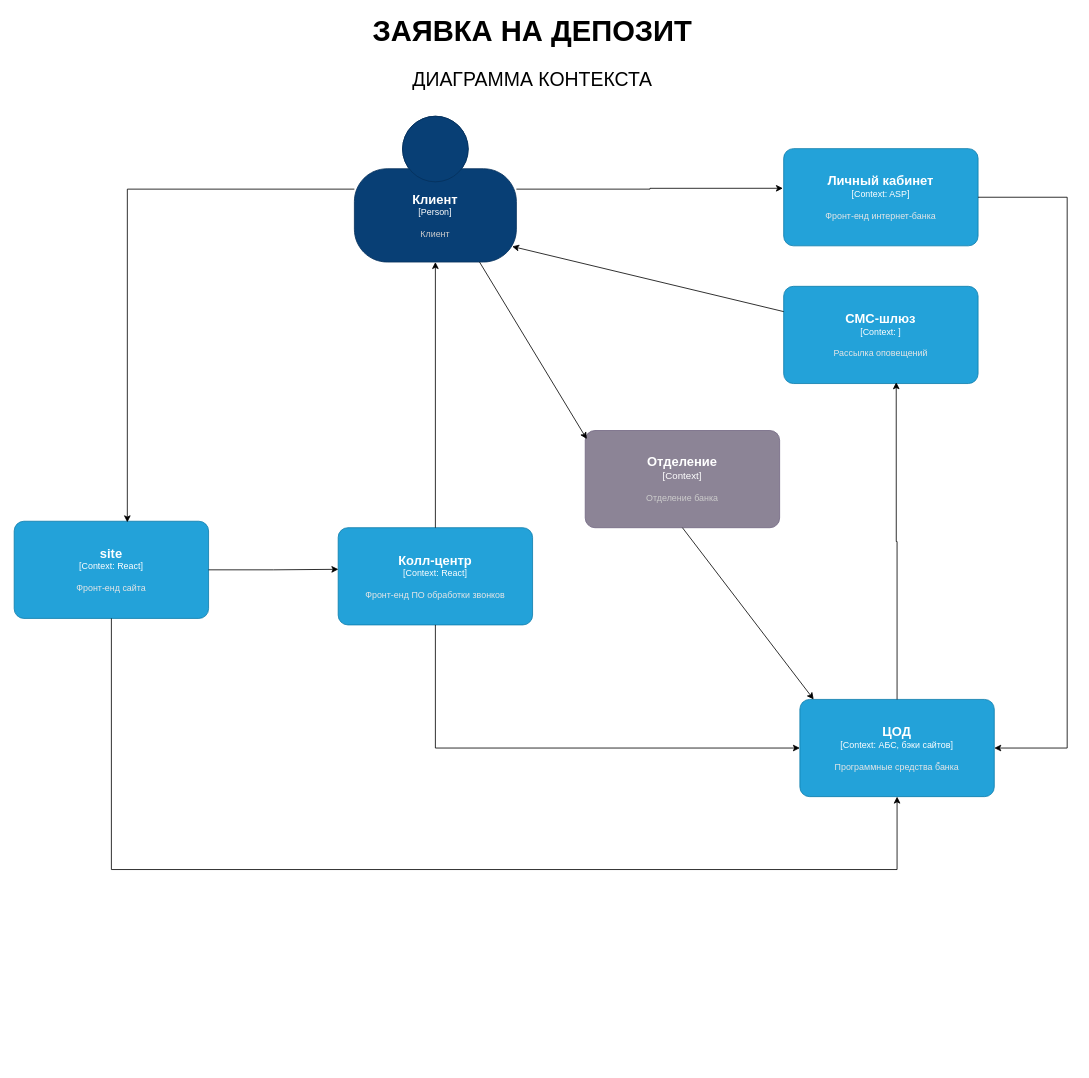
Earlier version of the draw.io diagram Exc3/deposit.context.drawio (gyngazov/architecture-sprint-9). Source tidied: cells renumbered, new cells numbered last; positions are measured from the earlier drawing's top-left corner, leaving out a move shared by most shapes. Both pictures are drawn from the tidied source at 81%, with x=0, y=0 at pixel (14, 19).
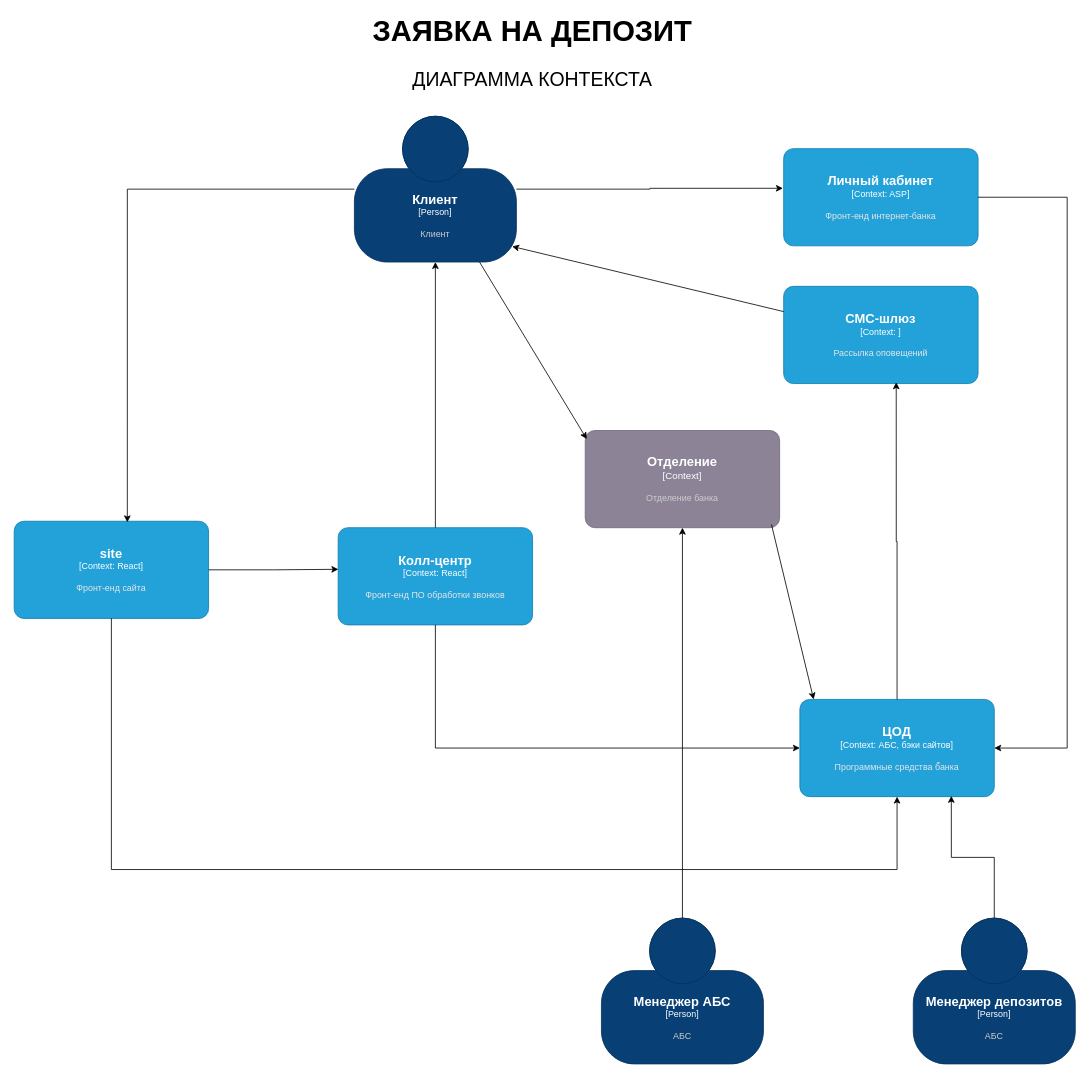
The same page after the edit.

Unchanged cells that the change refers to:
```xml
<object id="10" label="&lt;font style=&quot;font-size: 16px&quot;&gt;&lt;b&gt;%c4Name%&lt;/b&gt;&lt;/font&gt;&lt;div&gt;[%c4Type%: %c4Technology%]&lt;/div&gt;&lt;br&gt;&lt;div&gt;&lt;font style=&quot;font-size: 11px&quot;&gt;&lt;font color=&quot;#E6E6E6&quot;&gt;%c4Description%&lt;/font&gt;&lt;/div&gt;" c4Description="Программные средства банка" c4Name="ЦОД" c4Technology="АБС, бэки сайтов" c4Type="Context" placeholders="1">
  <mxCell style="rounded=1;whiteSpace=wrap;html=1;fontSize=11;labelBackgroundColor=none;fillColor=#23A2D9;fontColor=#ffffff;align=center;arcSize=10;strokeColor=#0E7DAD;points=[[0.25,0,0],[0.5,0,0],[0.75,0,0],[1,0.25,0],[1,0.5,0],[1,0.75,0],[0.75,1,0],[0.5,1,0],[0.25,1,0],[0,0.75,0],[0,0.5,0],[0,0.25,0]];" parent="1" vertex="1">
    <mxGeometry x="970" y="840" width="240" height="120" as="geometry" />
  </mxCell>
</object>
<object id="17" label="&lt;font style=&quot;font-size: 16px&quot;&gt;&lt;b&gt;%c4Name%&lt;/b&gt;&lt;/font&gt;&lt;div&gt;[%c4Type%]&lt;/div&gt;&lt;br&gt;&lt;div&gt;&lt;font style=&quot;font-size: 11px&quot;&gt;&lt;font color=&quot;#cccccc&quot;&gt;%c4Description%&lt;/font&gt;&lt;/div&gt;" c4Description="Отделение банка" c4Name="Отделение" c4Type="Context" placeholders="1">
  <mxCell style="rounded=1;whiteSpace=wrap;html=1;labelBackgroundColor=none;fillColor=#8C8496;fontColor=#ffffff;align=center;arcSize=10;strokeColor=#736782;points=[[0.25,0,0],[0.5,0,0],[0.75,0,0],[1,0.25,0],[1,0.5,0],[1,0.75,0],[0.75,1,0],[0.5,1,0],[0.25,1,0],[0,0.75,0],[0,0.5,0],[0,0.25,0]];" parent="1" vertex="1">
    <mxGeometry x="705" y="508" width="240" height="120" as="geometry" />
  </mxCell>
</object>
```

What changed in the source:
```diff
@@
-    <mxCell id="19" style="rounded=0;jettySize=auto;html=1;entryX=0.071;entryY=0;entryDx=0;entryDy=0;entryPerimeter=0;exitX=0.5;exitY=1;exitDx=0;exitDy=0;exitPerimeter=0;" parent="1" edge="1" source="17" target="10">
+    <mxCell id="19" style="rounded=0;jettySize=auto;html=1;entryX=0.071;entryY=0;entryDx=0;entryDy=0;entryPerimeter=0;exitX=0.958;exitY=0.967;exitDx=0;exitDy=0;exitPerimeter=0;" parent="1" edge="1" source="17" target="10">
       <mxGeometry relative="1" as="geometry" />
     </mxCell>
@@
+    <mxCell id="22" style="edgeStyle=orthogonalEdgeStyle;rounded=0;jettySize=auto;html=1;entryX=0.779;entryY=0.992;entryDx=0;entryDy=0;entryPerimeter=0;" parent="1" edge="1" source="23" target="10">
+      <mxGeometry relative="1" as="geometry" />
+    </mxCell>
+    <object id="23" label="&lt;font style=&quot;font-size: 16px&quot;&gt;&lt;b&gt;%c4Name%&lt;/b&gt;&lt;/font&gt;&lt;div&gt;[%c4Type%]&lt;/div&gt;&lt;br&gt;&lt;div&gt;&lt;font style=&quot;font-size: 11px&quot;&gt;&lt;font color=&quot;#cccccc&quot;&gt;%c4Description%&lt;/font&gt;&lt;/div&gt;" c4Description="АБС" c4Name="Менеджер депозитов" c4Type="Person" placeholders="1">
+      <mxCell style="html=1;fontSize=11;dashed=0;whiteSpace=wrap;fillColor=#083F75;strokeColor=#06315C;fontColor=#ffffff;shape=mxgraph.c4.person2;align=center;points=[[0.5,0,0],[1,0.5,0],[1,0.75,0],[0.75,1,0],[0.5,1,0],[0.25,1,0],[0,0.75,0],[0,0.5,0]];" parent="1" vertex="1">
+        <mxGeometry x="1110" y="1110" width="200" height="180" as="geometry" />
+      </mxCell>
+    </object>
+    <mxCell id="24" style="edgeStyle=orthogonalEdgeStyle;rounded=0;jettySize=auto;html=1;" parent="1" edge="1" source="25" target="17">
+      <mxGeometry relative="1" as="geometry" />
+    </mxCell>
+    <object id="25" label="&lt;font style=&quot;font-size: 16px&quot;&gt;&lt;b&gt;%c4Name%&lt;/b&gt;&lt;/font&gt;&lt;div&gt;[%c4Type%]&lt;/div&gt;&lt;br&gt;&lt;div&gt;&lt;font style=&quot;font-size: 11px&quot;&gt;&lt;font color=&quot;#cccccc&quot;&gt;%c4Description%&lt;/font&gt;&lt;/div&gt;" c4Description="АБС" c4Name="Менеджер АБС" c4Type="Person" placeholders="1">
+      <mxCell style="html=1;fontSize=11;dashed=0;whiteSpace=wrap;fillColor=#083F75;strokeColor=#06315C;fontColor=#ffffff;shape=mxgraph.c4.person2;align=center;points=[[0.5,0,0],[1,0.5,0],[1,0.75,0],[0.75,1,0],[0.5,1,0],[0.25,1,0],[0,0.75,0],[0,0.5,0]];" parent="1" vertex="1">
+        <mxGeometry x="725" y="1110" width="200" height="180" as="geometry" />
+      </mxCell>
+    </object>
```
